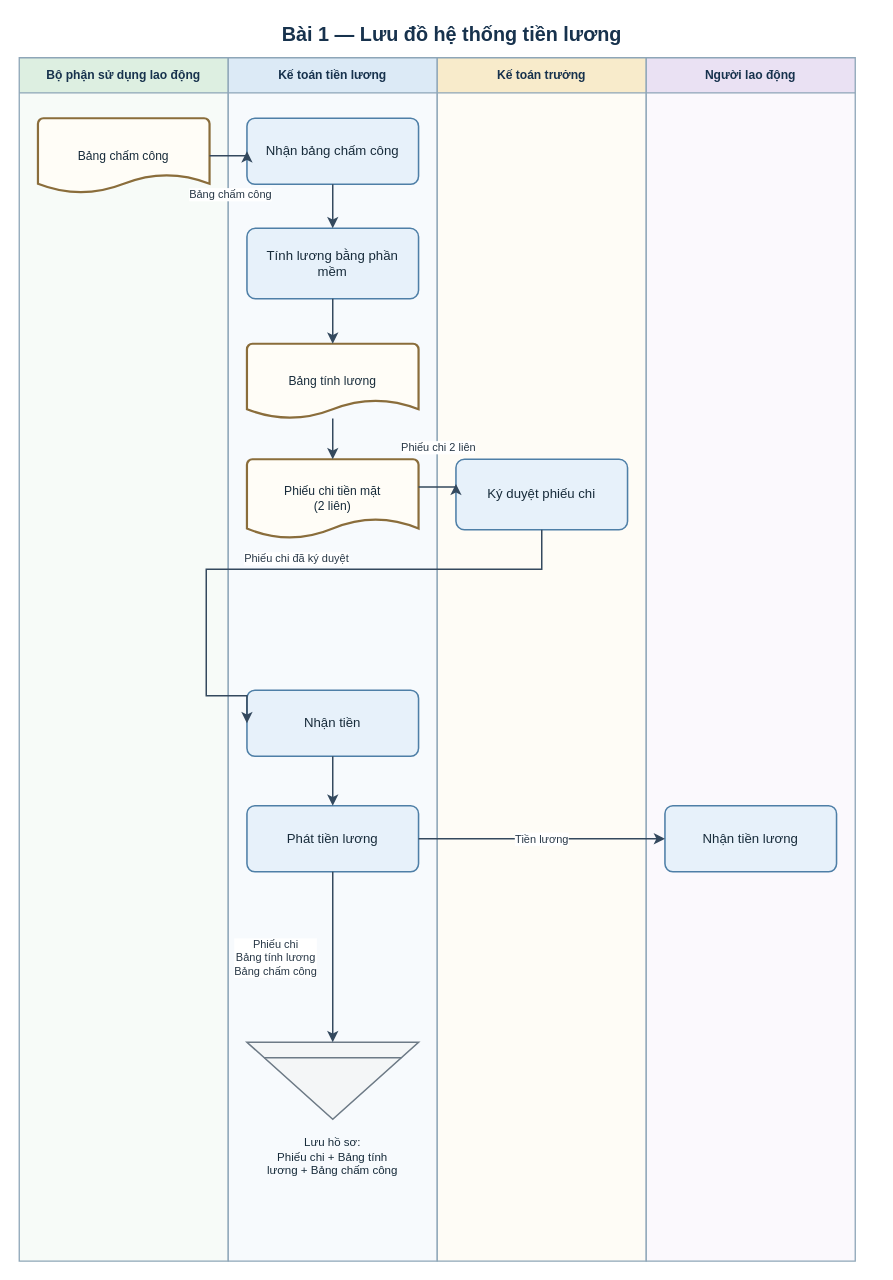
This is assets/drawio/01_payroll_system_flow.drawio from saigonbaddielover/thtrang, a draw.io file, before an edit. Source tidied: cells renumbered, new cells numbered last; positions are measured from the earlier drawing's top-left corner, leaving out a move shared by most shapes. Both pictures are drawn from the tidied source at 110%, with x=0, y=0 at pixel (19, 19).
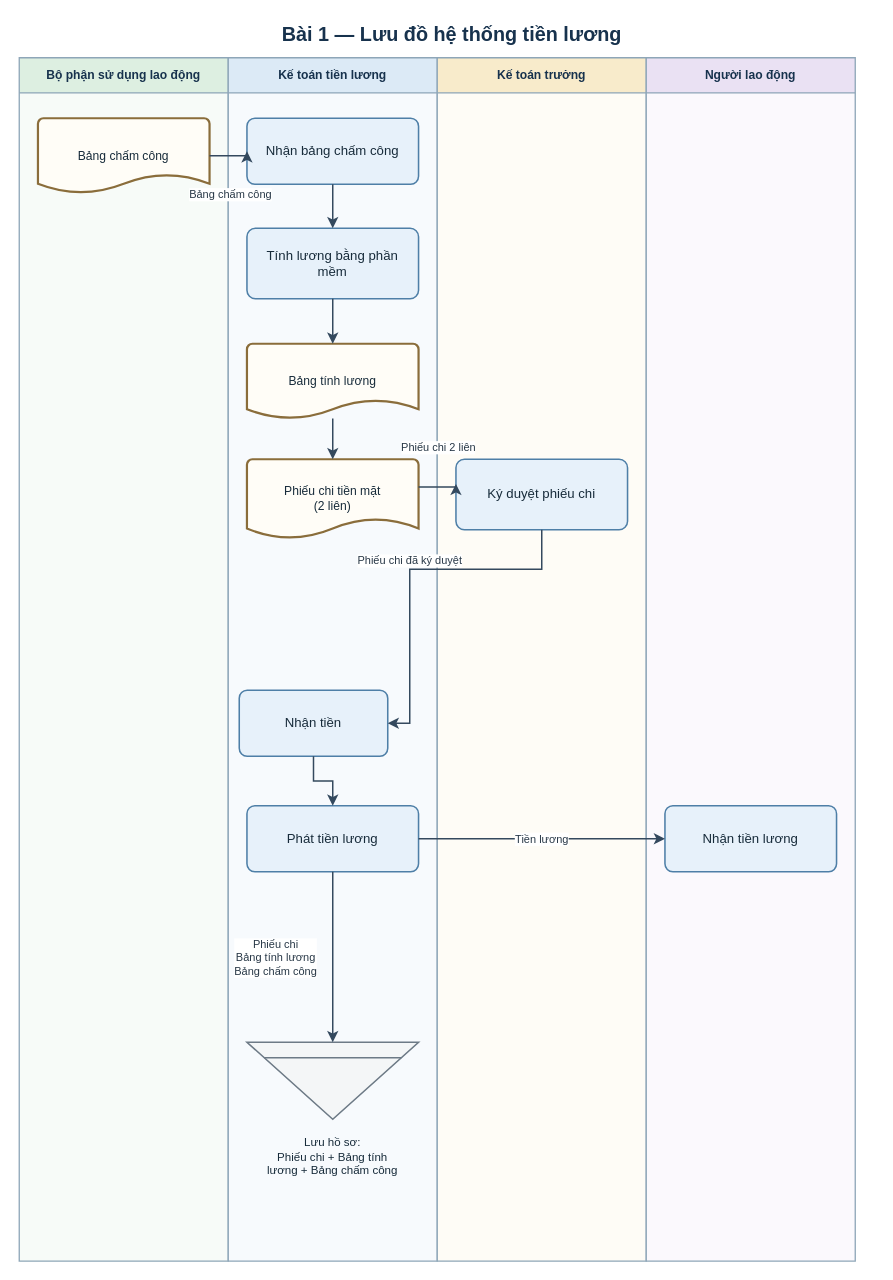
The same page after the edit.

The change refers to these unchanged cells:
```xml
<mxCell id="4" value="Kế toán tiền lương" style="swimlane;horizontal=1;startSize=32;html=1;whiteSpace=wrap;fontFamily=Arial;fontSize=11;fontStyle=1;fontColor=#17324D;align=center;verticalAlign=middle;rounded=0;fillColor=#DCEAF6;swimlaneFillColor=#F7FAFD;strokeColor=#8EA6B8;strokeWidth=1.2;" parent="1" vertex="1">
  <mxGeometry x="190" y="35" width="190" height="1094" as="geometry" />
</mxCell>
<mxCell id="12" value="Ký duyệt phiếu chi" style="rounded=1;arcSize=12;html=1;whiteSpace=wrap;fontFamily=Arial;align=center;verticalAlign=middle;fontColor=#172B3A; fontSize=11;spacing=5;fillColor=#E7F1FA;strokeColor=#4E7FA7;strokeWidth=1.4;" parent="5" vertex="1">
  <mxGeometry x="17" y="365" width="156" height="64" as="geometry" />
</mxCell>
```

Diff of the diagram source:
```diff
@@
     <mxCell id="13" value="Nhận tiền" style="rounded=1;arcSize=12;html=1;whiteSpace=wrap;fontFamily=Arial;align=center;verticalAlign=middle;fontColor=#172B3A; fontSize=11;spacing=5;fillColor=#E7F1FA;strokeColor=#4E7FA7;strokeWidth=1.4;" parent="4" vertex="1">
-      <mxGeometry x="17" y="575" width="156" height="60" as="geometry" />
+      <mxGeometry x="10" y="575" width="135" height="60" as="geometry" />
     </mxCell>
@@
-    <mxCell id="22" value="Phiếu chi đã ký duyệt" style="edgeStyle=orthogonalEdgeStyle;rounded=0;jettySize=auto;html=1;fontFamily=Arial;fontSize=10;fontColor=#273746;labelBackgroundColor=#FFFFFF;strokeColor=#34495E;strokeWidth=1.35;endArrow=classic;endFill=1;exitX=0.5;exitY=1;entryX=0;entryY=0.5;" parent="1" edge="1" source="12" target="13">
+    <mxCell id="22" value="Phiếu chi đã ký duyệt" style="edgeStyle=orthogonalEdgeStyle;rounded=0;jettySize=auto;html=1;fontFamily=Arial;fontSize=10;fontColor=#273746;labelBackgroundColor=#FFFFFF;strokeColor=#34495E;strokeWidth=1.35;endArrow=classic;endFill=1;exitX=0.5;exitY=1;entryX=1;entryY=0.5;" parent="1" edge="1" source="12" target="13">
       <mxGeometry relative="1" as="geometry">
         <Array as="points">
-          <mxPoint x="475" y="500" />
-          <mxPoint x="170" y="500" />
-          <mxPoint x="170" y="615" />
+          <mxPoint x="355" y="500" />
+          <mxPoint x="355" y="640" />
         </Array>
         <mxPoint y="-10" as="offset" />
       </mxGeometry>
     </mxCell>
```
